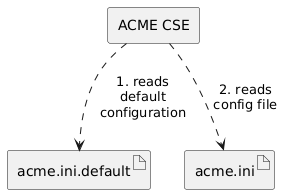
Above: docs/images/acme.ini.png in ankraft/ACME-oneM2M-CSE-mkdocs (PlantUML), before the change. Source of this version:
```plantuml
@startuml
skinparam componentStyle rectangle

artifact "acme.ini.default" as inidefault
artifact "acme.ini" as ini
[ACME CSE] as cse
cse ..> inidefault : 1. reads\ndefault\nconfiguration
cse ..> ini : 2. reads\nconfig file
@enduml
```
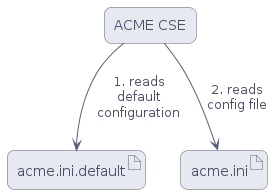
After the commit.

Commit message:
Added dark mode diagrams

Diff of the diagram source:
```diff
@@ -1,9 +1,11 @@
 @startuml
+!include https://raw.githubusercontent.com/MikhailKravets/mkdocs_puml/themes/themes/catppuccin/latte-white.puml
+
 skinparam componentStyle rectangle
 
 artifact "acme.ini.default" as inidefault
 artifact "acme.ini" as ini
 [ACME CSE] as cse
-cse ..> inidefault : 1. reads\ndefault\nconfiguration
-cse ..> ini : 2. reads\nconfig file
+cse --> inidefault : 1. reads\ndefault\nconfiguration
+cse --> ini : 2. reads\nconfig file
 @enduml
```
